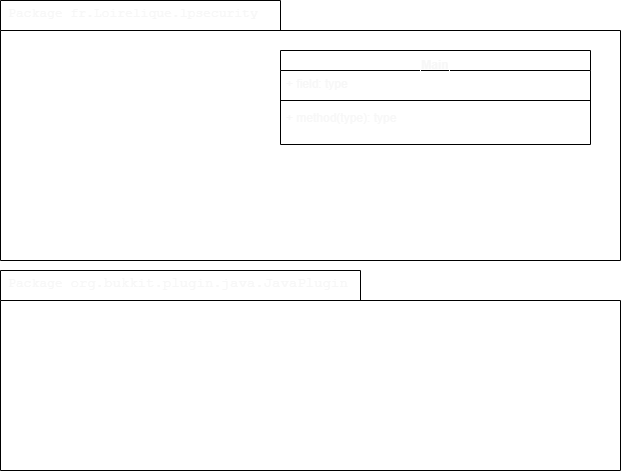
dim-blanchard/LPsecurity keeps this draw.io diagram as doc/DiagClass-LPsecurity.drawio.png. Above is the earlier version. Source tidied: cells renumbered, new cells last; positions are measured from the earlier drawing's top-left corner, leaving out a move shared by most shapes.
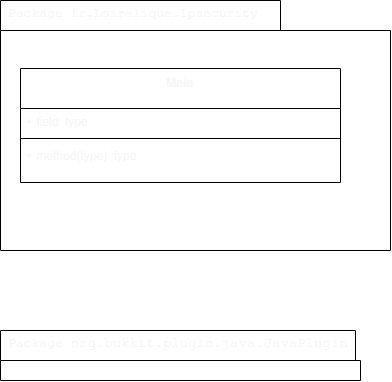
Above is the later version.

Commit message:
Mise à jour des doc

Diff of the diagram source:
```diff
@@ -3,22 +3,22 @@
     <mxCell id="0" />
     <mxCell id="1" parent="0" />
     <mxCell id="2" value="&lt;div style=&quot;font-family: &amp;quot;droid sans mono&amp;quot; , monospace , monospace ; font-size: 13px ; line-height: 19px&quot;&gt;Package fr.Loirelique.lpsecurity&lt;/div&gt;" style="shape=folder;xSize=90;align=left;spacingLeft=10;align=left;verticalAlign=top;spacingLeft=5;spacingTop=-4;tabWidth=280;tabHeight=30;tabPosition=left;html=1;strokeWidth=1;fillColor=none;gradientColor=none;fontColor=#F7F7F7;labelBorderColor=#FFFFFF;" parent="1" vertex="1">
-      <mxGeometry width="620" height="260" as="geometry" />
+      <mxGeometry x="110" y="30" width="390" height="250" as="geometry" />
     </mxCell>
-    <mxCell id="3" value="Main &#10;" style="swimlane;fontStyle=1;align=center;verticalAlign=top;horizontal=1;startSize=20;whiteSpace=wrap;fontColor=#F7F7F7;labelBorderColor=#FFFFFF;" parent="1" vertex="1">
-      <mxGeometry x="280" y="50" width="310" height="94" as="geometry" />
+    <mxCell id="3" value="Main &#10;" style="swimlane;fontStyle=1;align=center;verticalAlign=top;horizontal=1;startSize=40;whiteSpace=wrap;fontColor=#F7F7F7;labelBorderColor=#FFFFFF;" parent="1" vertex="1">
+      <mxGeometry x="130" y="98" width="320" height="114" as="geometry" />
     </mxCell>
     <mxCell id="4" value="+ field: type" style="text;strokeColor=none;fillColor=none;align=left;verticalAlign=top;spacingLeft=4;spacingRight=4;overflow=hidden;fontColor=#F7F7F7;labelBorderColor=#FFFFFF;" parent="3" vertex="1">
-      <mxGeometry y="20" width="310" height="26" as="geometry" />
+      <mxGeometry y="40" width="320" height="26" as="geometry" />
     </mxCell>
     <mxCell id="5" style="line;strokeWidth=1;fillColor=none;align=left;verticalAlign=middle;spacingTop=-1;spacingLeft=3;spacingRight=3;labelPosition=right;fontColor=#F7F7F7;labelBorderColor=#FFFFFF;" parent="3" vertex="1">
-      <mxGeometry y="46" width="310" height="8" as="geometry" />
+      <mxGeometry y="66" width="320" height="8" as="geometry" />
     </mxCell>
     <mxCell id="6" value="+ method(type): type&#10;" style="text;strokeColor=none;fillColor=none;align=left;verticalAlign=top;spacingLeft=4;spacingRight=4;overflow=hidden;fontColor=#F7F7F7;labelBorderColor=#FFFFFF;" parent="3" vertex="1">
-      <mxGeometry y="54" width="310" height="40" as="geometry" />
+      <mxGeometry y="74" width="320" height="40" as="geometry" />
     </mxCell>
     <mxCell id="7" value="&lt;div style=&quot;font-family: &amp;quot;droid sans mono&amp;quot; , monospace , monospace ; font-size: 13px ; line-height: 19px&quot;&gt;&lt;font&gt;Package&amp;nbsp;&lt;span style=&quot;font-family: &amp;quot;droid sans mono&amp;quot; , monospace , monospace ; font-size: 14px&quot;&gt;org&lt;/span&gt;&lt;span style=&quot;font-family: &amp;quot;droid sans mono&amp;quot; , monospace , monospace ; font-size: 14px&quot;&gt;.&lt;/span&gt;&lt;span style=&quot;font-family: &amp;quot;droid sans mono&amp;quot; , monospace , monospace ; font-size: 14px&quot;&gt;bukkit&lt;/span&gt;&lt;span style=&quot;font-family: &amp;quot;droid sans mono&amp;quot; , monospace , monospace ; font-size: 14px&quot;&gt;.&lt;/span&gt;&lt;span style=&quot;font-family: &amp;quot;droid sans mono&amp;quot; , monospace , monospace ; font-size: 14px&quot;&gt;plugin&lt;/span&gt;&lt;span style=&quot;font-family: &amp;quot;droid sans mono&amp;quot; , monospace , monospace ; font-size: 14px&quot;&gt;.&lt;/span&gt;&lt;span style=&quot;font-family: &amp;quot;droid sans mono&amp;quot; , monospace , monospace ; font-size: 14px&quot;&gt;java&lt;/span&gt;&lt;span style=&quot;font-family: &amp;quot;droid sans mono&amp;quot; , monospace , monospace ; font-size: 14px&quot;&gt;.&lt;/span&gt;&lt;span style=&quot;font-family: &amp;quot;droid sans mono&amp;quot; , monospace , monospace ; font-size: 14px&quot;&gt;JavaPlugin&lt;/span&gt;&lt;/font&gt;&lt;/div&gt;" style="shape=folder;xSize=90;align=left;spacingLeft=10;align=left;verticalAlign=top;spacingLeft=5;spacingTop=-4;tabWidth=360;tabHeight=30;tabPosition=left;html=1;strokeWidth=1;fillColor=none;gradientColor=none;fontColor=#F7F7F7;labelBorderColor=#FFFFFF;" parent="1" vertex="1">
-      <mxGeometry y="270" width="620" height="200" as="geometry" />
+      <mxGeometry x="110" y="360" width="360" height="50" as="geometry" />
     </mxCell>
   </root>
 </mxGraphModel>
```
